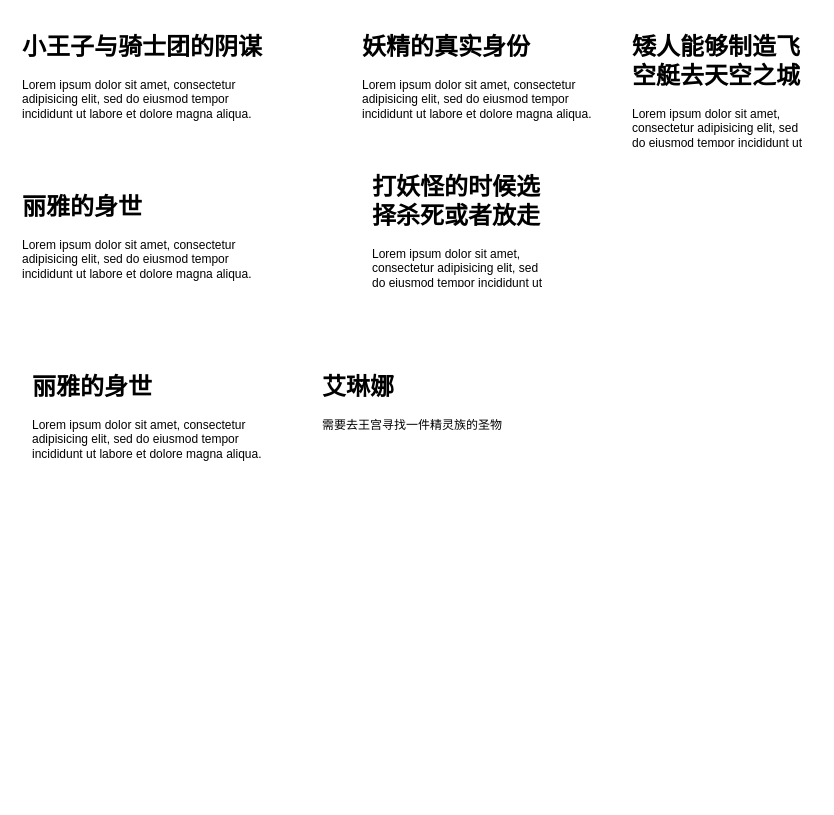
Before: page "clue" (9 of 10) of unity.drawio in goldmine/base, a draw.io diagram. Source tidied: cells renumbered, new cells numbered last; positions are measured from the earlier drawing's top-left corner, leaving out a move shared by most shapes. Both pictures are drawn from the tidied source at 100%, with x=0, y=0 at pixel (17, 27).
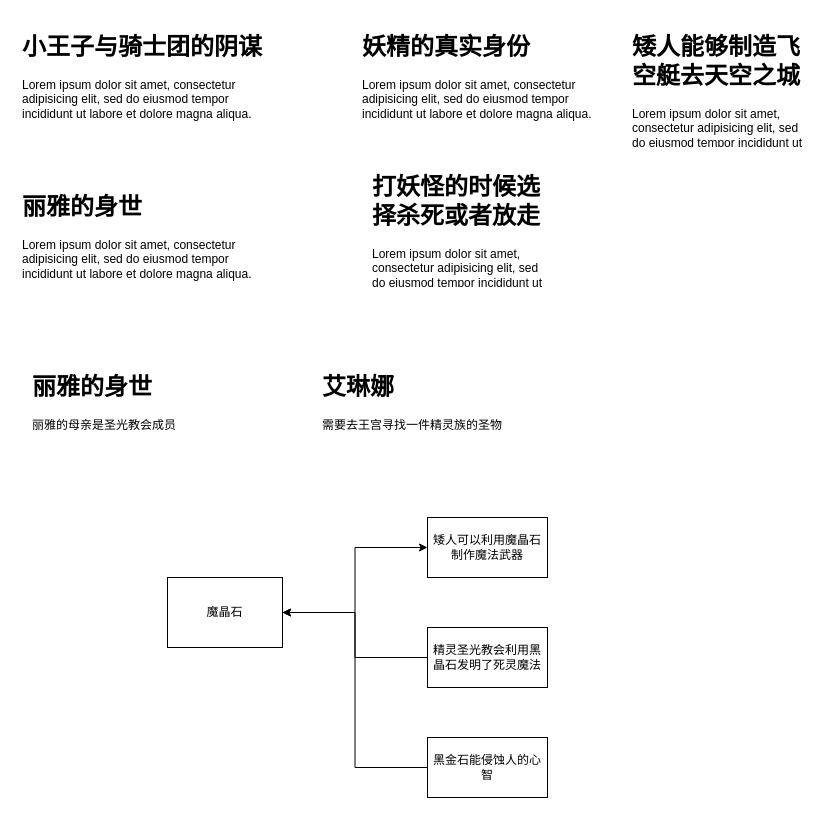
The same page after the edit.

What changed in the source:
```diff
@@
 <mxGraphModel>
   <root>
     <mxCell id="0" />
     <mxCell id="1" parent="0" />
     <mxCell id="2" value="&lt;h1&gt;小王子与骑士团的阴谋&lt;/h1&gt;&lt;p&gt;Lorem ipsum dolor sit amet, consectetur adipisicing elit, sed do eiusmod tempor incididunt ut labore et dolore magna aliqua.&lt;/p&gt;" style="text;html=1;strokeColor=none;fillColor=none;spacing=5;spacingTop=-20;whiteSpace=wrap;overflow=hidden;rounded=0;" parent="1" vertex="1">
       <mxGeometry width="250" height="120" as="geometry" />
     </mxCell>
     <mxCell id="3" value="&lt;h1&gt;妖精的真实身份&lt;/h1&gt;&lt;p&gt;Lorem ipsum dolor sit amet, consectetur adipisicing elit, sed do eiusmod tempor incididunt ut labore et dolore magna aliqua.&lt;/p&gt;" style="text;html=1;strokeColor=none;fillColor=none;spacing=5;spacingTop=-20;whiteSpace=wrap;overflow=hidden;rounded=0;" parent="1" vertex="1">
       <mxGeometry x="340" width="250" height="120" as="geometry" />
     </mxCell>
     <mxCell id="4" value="&lt;h1&gt;丽雅的身世&lt;/h1&gt;&lt;p&gt;Lorem ipsum dolor sit amet, consectetur adipisicing elit, sed do eiusmod tempor incididunt ut labore et dolore magna aliqua.&lt;/p&gt;" style="text;html=1;strokeColor=none;fillColor=none;spacing=5;spacingTop=-20;whiteSpace=wrap;overflow=hidden;rounded=0;" parent="1" vertex="1">
       <mxGeometry y="160" width="250" height="120" as="geometry" />
     </mxCell>
     <mxCell id="5" value="&lt;h1&gt;打妖怪的时候选择杀死或者放走&lt;/h1&gt;&lt;p&gt;Lorem ipsum dolor sit amet, consectetur adipisicing elit, sed do eiusmod tempor incididunt ut labore et dolore magna aliqua.&lt;/p&gt;" style="text;html=1;strokeColor=none;fillColor=none;spacing=5;spacingTop=-20;whiteSpace=wrap;overflow=hidden;rounded=0;" parent="1" vertex="1">
       <mxGeometry x="350" y="140" width="190" height="120" as="geometry" />
     </mxCell>
     <mxCell id="6" value="&lt;h1&gt;矮人能够制造飞空艇去天空之城&lt;/h1&gt;&lt;p&gt;Lorem ipsum dolor sit amet, consectetur adipisicing elit, sed do eiusmod tempor incididunt ut labore et dolore magna aliqua.&lt;/p&gt;" style="text;html=1;strokeColor=none;fillColor=none;spacing=5;spacingTop=-20;whiteSpace=wrap;overflow=hidden;rounded=0;" parent="1" vertex="1">
       <mxGeometry x="610" width="190" height="120" as="geometry" />
     </mxCell>
-    <mxCell id="7" value="&lt;h1&gt;丽雅的身世&lt;/h1&gt;&lt;p&gt;Lorem ipsum dolor sit amet, consectetur adipisicing elit, sed do eiusmod tempor incididunt ut labore et dolore magna aliqua.&lt;/p&gt;" style="text;html=1;strokeColor=none;fillColor=none;spacing=5;spacingTop=-20;whiteSpace=wrap;overflow=hidden;rounded=0;" parent="1" vertex="1">
+    <mxCell id="7" value="&lt;h1&gt;丽雅的身世&lt;/h1&gt;&lt;p&gt;丽雅的母亲是圣光教会成员&lt;/p&gt;" style="text;html=1;strokeColor=none;fillColor=none;spacing=5;spacingTop=-20;whiteSpace=wrap;overflow=hidden;rounded=0;" parent="1" vertex="1">
       <mxGeometry x="10" y="340" width="250" height="120" as="geometry" />
     </mxCell>
     <mxCell id="8" value="&lt;h1&gt;艾琳娜&lt;/h1&gt;&lt;p&gt;需要去王宫寻找一件精灵族的圣物&lt;/p&gt;" style="text;html=1;strokeColor=none;fillColor=none;spacing=5;spacingTop=-20;whiteSpace=wrap;overflow=hidden;rounded=0;" parent="1" vertex="1">
       <mxGeometry x="300" y="340" width="250" height="120" as="geometry" />
     </mxCell>
+    <mxCell id="9" style="edgeStyle=orthogonalEdgeStyle;rounded=0;jettySize=auto;html=1;" parent="1" edge="1" source="10" target="11">
+      <mxGeometry relative="1" as="geometry" />
+    </mxCell>
+    <mxCell id="10" value="魔晶石" style="rounded=0;whiteSpace=wrap;html=1;" parent="1" vertex="1">
+      <mxGeometry x="150" y="550" width="115" height="70" as="geometry" />
+    </mxCell>
+    <mxCell id="11" value="矮人可以利用魔晶石制作魔法武器" style="whiteSpace=wrap;html=1;rounded=0;" parent="1" vertex="1">
+      <mxGeometry x="410" y="490" width="120" height="60" as="geometry" />
+    </mxCell>
+    <mxCell id="12" style="edgeStyle=orthogonalEdgeStyle;rounded=0;jettySize=auto;html=1;" parent="1" edge="1" source="13" target="10">
+      <mxGeometry relative="1" as="geometry" />
+    </mxCell>
+    <mxCell id="13" value="精灵圣光教会利用黑晶石发明了死灵魔法" style="rounded=0;whiteSpace=wrap;html=1;" parent="1" vertex="1">
+      <mxGeometry x="410" y="600" width="120" height="60" as="geometry" />
+    </mxCell>
+    <mxCell id="14" style="edgeStyle=orthogonalEdgeStyle;rounded=0;jettySize=auto;html=1;entryX=1;entryY=0.5;entryDx=0;entryDy=0;" parent="1" edge="1" source="15" target="10">
+      <mxGeometry relative="1" as="geometry" />
+    </mxCell>
+    <mxCell id="15" value="黑金石能侵蚀人的心智" style="rounded=0;whiteSpace=wrap;html=1;" parent="1" vertex="1">
+      <mxGeometry x="410" y="710" width="120" height="60" as="geometry" />
+    </mxCell>
   </root>
 </mxGraphModel>
```
